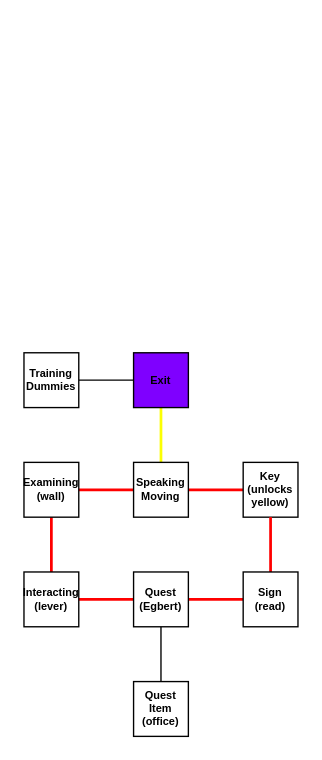
Before: frontend/_maps/Tutorial.drawio in Taylor-Albright-NSS/galvadia-react, a draw.io diagram. Source tidied: cells renumbered, new cells numbered last; positions are measured from the earlier drawing's top-left corner, leaving out a move shared by most shapes. Both pictures are drawn from the tidied source at 137%, with x=0, y=0 at pixel (23, 352).
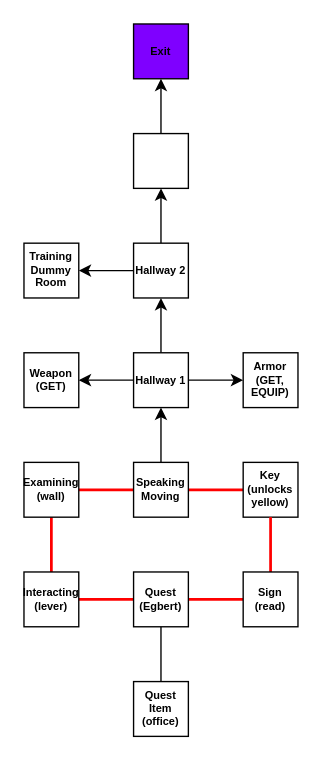
The same page after the edit.

Unchanged cells that the change refers to:
```xml
<mxCell id="5" value="Speaking&lt;div&gt;Moving&lt;/div&gt;" style="whiteSpace=wrap;html=1;fontSize=8;fontStyle=1;" parent="1" vertex="1">
  <mxGeometry x="80" y="80" width="40" height="40" as="geometry" />
</mxCell>
```

What changed in the source:
```diff
@@
-    <mxCell id="2" style="edgeStyle=none;html=1;entryX=0.5;entryY=1;entryDx=0;entryDy=0;fontSize=11;endArrow=none;endFill=0;strokeColor=#FBFF03;rounded=1;curved=0;strokeWidth=2;" parent="1" edge="1" source="5" target="7">
-      <mxGeometry relative="1" as="geometry" />
-    </mxCell>
@@
+    <mxCell id="20" style="edgeStyle=none;html=1;entryX=0.5;entryY=1;entryDx=0;entryDy=0;" parent="1" edge="1" source="5" target="25">
+      <mxGeometry relative="1" as="geometry" />
+    </mxCell>
@@
-    <mxCell id="6" style="edgeStyle=none;html=1;entryX=1;entryY=0.5;entryDx=0;entryDy=0;endArrow=none;endFill=0;" parent="1" edge="1" source="7" target="18">
-      <mxGeometry relative="1" as="geometry" />
-    </mxCell>
     <mxCell id="7" value="Exit" style="whiteSpace=wrap;html=1;fontSize=8;fillColor=#7F00FF;fontStyle=1;" parent="1" vertex="1">
-      <mxGeometry x="80" width="40" height="40" as="geometry" />
+      <mxGeometry x="80" y="-240" width="40" height="40" as="geometry" />
     </mxCell>
@@
+    <mxCell id="19" value="Quest Item&lt;div&gt;(office)&lt;/div&gt;" style="whiteSpace=wrap;html=1;fontSize=8;fontStyle=1;" parent="1" vertex="1">
+      <mxGeometry x="80" y="240" width="40" height="40" as="geometry" />
+    </mxCell>
+    <mxCell id="21" value="Armor&lt;div&gt;(GET, EQUIP)&lt;/div&gt;" style="whiteSpace=wrap;html=1;fontSize=8;fontStyle=1;" parent="1" vertex="1">
+      <mxGeometry x="160" width="40" height="40" as="geometry" />
+    </mxCell>
+    <mxCell id="22" style="edgeStyle=none;html=1;entryX=1;entryY=0.5;entryDx=0;entryDy=0;" parent="1" edge="1" source="25" target="26">
+      <mxGeometry relative="1" as="geometry" />
+    </mxCell>
+    <mxCell id="23" style="edgeStyle=none;html=1;entryX=0;entryY=0.5;entryDx=0;entryDy=0;" parent="1" edge="1" source="25" target="21">
+      <mxGeometry relative="1" as="geometry" />
+    </mxCell>
+    <mxCell id="24" style="edgeStyle=none;html=1;entryX=0.5;entryY=1;entryDx=0;entryDy=0;" parent="1" edge="1" source="25" target="18">
+      <mxGeometry relative="1" as="geometry" />
+    </mxCell>
+    <mxCell id="25" value="Hallway 1" style="whiteSpace=wrap;html=1;fontSize=8;fontStyle=1;" parent="1" vertex="1">
+      <mxGeometry x="80" width="40" height="40" as="geometry" />
+    </mxCell>
+    <mxCell id="26" value="Weapon&lt;br&gt;&lt;div&gt;(GET)&lt;/div&gt;" style="whiteSpace=wrap;html=1;fontSize=8;fontStyle=1;" parent="1" vertex="1">
+      <mxGeometry width="40" height="40" as="geometry" />
+    </mxCell>
+    <mxCell id="27" style="edgeStyle=none;html=1;entryX=0.5;entryY=1;entryDx=0;entryDy=0;" parent="1" edge="1" source="18" target="30">
+      <mxGeometry relative="1" as="geometry" />
+    </mxCell>
+    <mxCell id="28" style="edgeStyle=none;html=1;entryX=1;entryY=0.5;entryDx=0;entryDy=0;" parent="1" edge="1" source="18" target="31">
+      <mxGeometry relative="1" as="geometry" />
+    </mxCell>
-    <mxCell id="18" value="Training Dummies" style="whiteSpace=wrap;html=1;fontSize=8;fontStyle=1;" parent="1" vertex="1">
-      <mxGeometry width="40" height="40" as="geometry" />
+    <mxCell id="18" value="Hallway 2" style="whiteSpace=wrap;html=1;fontSize=8;fontStyle=1;" parent="1" vertex="1">
+      <mxGeometry x="80" y="-80" width="40" height="40" as="geometry" />
     </mxCell>
-    <mxCell id="19" value="Quest Item&lt;div&gt;(office)&lt;/div&gt;" style="whiteSpace=wrap;html=1;fontSize=8;fontStyle=1;" parent="1" vertex="1">
-      <mxGeometry x="80" y="240" width="40" height="40" as="geometry" />
-    </mxCell>
+    <mxCell id="29" style="edgeStyle=none;html=1;entryX=0.5;entryY=1;entryDx=0;entryDy=0;" parent="1" edge="1" source="30" target="7">
+      <mxGeometry relative="1" as="geometry" />
+    </mxCell>
+    <mxCell id="30" style="whiteSpace=wrap;html=1;fontSize=8;fontStyle=1;" parent="1" vertex="1">
+      <mxGeometry x="80" y="-160" width="40" height="40" as="geometry" />
+    </mxCell>
+    <mxCell id="31" value="Training Dummy Room" style="whiteSpace=wrap;html=1;fontSize=8;fontStyle=1;" parent="1" vertex="1">
+      <mxGeometry y="-80" width="40" height="40" as="geometry" />
+    </mxCell>
```
